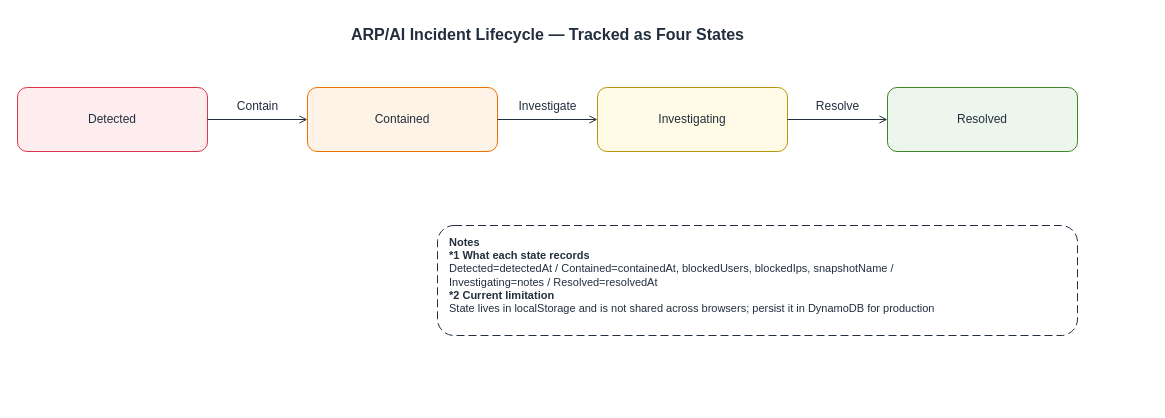
Yoshiki0705/FSx-for-ONTAP-S3AccessPoints-Serverless-Patterns keeps this draw.io diagram as docs/diagrams/part2-arp-incident-lifecycle-en.drawio. Above is the earlier version. Source tidied: cells renumbered, new cells numbered last; positions are measured from the earlier drawing's top-left corner, leaving out a move shared by most shapes. Both pictures are drawn from the tidied source at 100%, with x=0, y=0 at pixel (17, 17).
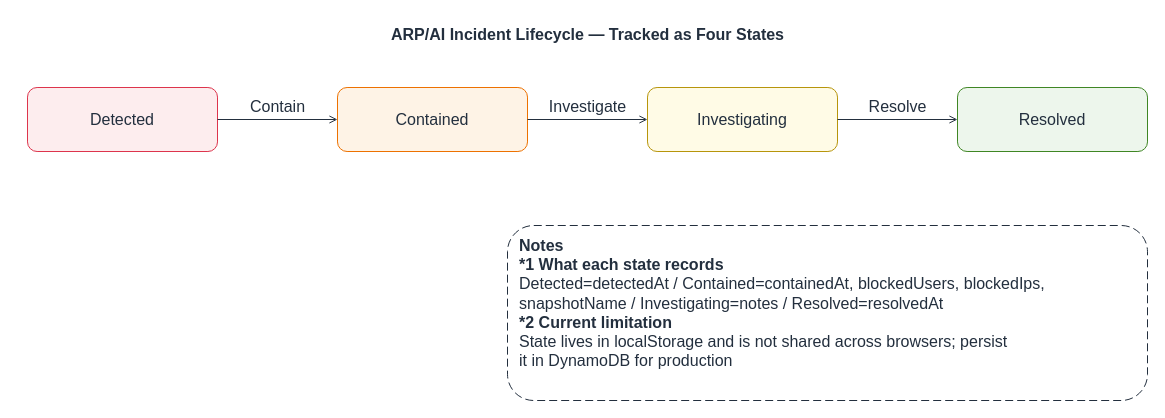
The same page after the edit.

The edit, as a diff of the source:
```diff
@@
 <mxGraphModel background="#FFFFFF">
   <root>
     <mxCell id="0" />
     <mxCell id="1" parent="0" />
     <mxCell id="2" value="ARP/AI Incident Lifecycle — Tracked as Four States" style="text;html=1;align=center;verticalAlign=middle;fontSize=16;fontStyle=1;fontColor=#232F3E;" parent="1" vertex="1">
-      <mxGeometry width="1060" height="34" as="geometry" />
+      <mxGeometry x="10" width="1120" height="34" as="geometry" />
     </mxCell>
-    <mxCell id="3" value="Detected" style="rounded=1;whiteSpace=wrap;html=1;dashed=0;strokeColor=#DD344C;fillColor=#FDEDEE;align=center;verticalAlign=middle;fontSize=12;fontColor=#232F3E;" parent="1" vertex="1">
-      <mxGeometry y="70" width="190" height="64" as="geometry" />
+    <mxCell id="3" value="Detected" style="rounded=1;whiteSpace=wrap;html=1;dashed=0;strokeColor=#DD344C;fillColor=#FDEDEE;align=center;verticalAlign=middle;fontSize=16;fontColor=#232F3E;" parent="1" vertex="1">
+      <mxGeometry x="10" y="70" width="190" height="64" as="geometry" />
     </mxCell>
-    <mxCell id="4" value="Contained" style="rounded=1;whiteSpace=wrap;html=1;dashed=0;strokeColor=#ED7100;fillColor=#FEF3E6;align=center;verticalAlign=middle;fontSize=12;fontColor=#232F3E;" parent="1" vertex="1">
-      <mxGeometry x="290" y="70" width="190" height="64" as="geometry" />
+    <mxCell id="4" value="Contained" style="rounded=1;whiteSpace=wrap;html=1;dashed=0;strokeColor=#ED7100;fillColor=#FEF3E6;align=center;verticalAlign=middle;fontSize=16;fontColor=#232F3E;" parent="1" vertex="1">
+      <mxGeometry x="320" y="70" width="190" height="64" as="geometry" />
     </mxCell>
-    <mxCell id="5" value="Investigating" style="rounded=1;whiteSpace=wrap;html=1;dashed=0;strokeColor=#B7950B;fillColor=#FFFBE6;align=center;verticalAlign=middle;fontSize=12;fontColor=#232F3E;" parent="1" vertex="1">
-      <mxGeometry x="580" y="70" width="190" height="64" as="geometry" />
+    <mxCell id="5" value="Investigating" style="rounded=1;whiteSpace=wrap;html=1;dashed=0;strokeColor=#B7950B;fillColor=#FFFBE6;align=center;verticalAlign=middle;fontSize=16;fontColor=#232F3E;" parent="1" vertex="1">
+      <mxGeometry x="630" y="70" width="190" height="64" as="geometry" />
     </mxCell>
-    <mxCell id="6" value="Resolved" style="rounded=1;whiteSpace=wrap;html=1;dashed=0;strokeColor=#3F8624;fillColor=#EDF6EC;align=center;verticalAlign=middle;fontSize=12;fontColor=#232F3E;" parent="1" vertex="1">
-      <mxGeometry x="870" y="70" width="190" height="64" as="geometry" />
+    <mxCell id="6" value="Resolved" style="rounded=1;whiteSpace=wrap;html=1;dashed=0;strokeColor=#3F8624;fillColor=#EDF6EC;align=center;verticalAlign=middle;fontSize=16;fontColor=#232F3E;" parent="1" vertex="1">
+      <mxGeometry x="940" y="70" width="190" height="64" as="geometry" />
     </mxCell>
-    <mxCell id="7" value="Contain" style="edgeStyle=orthogonalEdgeStyle;rounded=0;jettySize=auto;html=1;endArrow=open;endFill=0;strokeColor=#232F3E;strokeWidth=1;fontSize=12;fontColor=#232F3E;labelBackgroundColor=#ffffff;" parent="1" edge="1" source="3" target="4">
+    <mxCell id="7" value="Contain" style="edgeStyle=orthogonalEdgeStyle;rounded=0;jettySize=auto;html=1;endArrow=open;endFill=0;strokeColor=#232F3E;strokeWidth=1;fontSize=16;fontColor=#232F3E;labelBackgroundColor=#ffffff;" parent="1" edge="1" source="3" target="4">
       <mxGeometry relative="1" as="geometry">
         <mxPoint y="-13" as="offset" />
       </mxGeometry>
     </mxCell>
-    <mxCell id="8" value="Investigate" style="edgeStyle=orthogonalEdgeStyle;rounded=0;jettySize=auto;html=1;endArrow=open;endFill=0;strokeColor=#232F3E;strokeWidth=1;fontSize=12;fontColor=#232F3E;labelBackgroundColor=#ffffff;" parent="1" edge="1" source="4" target="5">
+    <mxCell id="8" value="Investigate" style="edgeStyle=orthogonalEdgeStyle;rounded=0;jettySize=auto;html=1;endArrow=open;endFill=0;strokeColor=#232F3E;strokeWidth=1;fontSize=16;fontColor=#232F3E;labelBackgroundColor=#ffffff;" parent="1" edge="1" source="4" target="5">
       <mxGeometry relative="1" as="geometry">
         <mxPoint y="-13" as="offset" />
       </mxGeometry>
     </mxCell>
-    <mxCell id="9" value="Resolve" style="edgeStyle=orthogonalEdgeStyle;rounded=0;jettySize=auto;html=1;endArrow=open;endFill=0;strokeColor=#232F3E;strokeWidth=1;fontSize=12;fontColor=#232F3E;labelBackgroundColor=#ffffff;" parent="1" edge="1" source="5" target="6">
+    <mxCell id="9" value="Resolve" style="edgeStyle=orthogonalEdgeStyle;rounded=0;jettySize=auto;html=1;endArrow=open;endFill=0;strokeColor=#232F3E;strokeWidth=1;fontSize=16;fontColor=#232F3E;labelBackgroundColor=#ffffff;" parent="1" edge="1" source="5" target="6">
       <mxGeometry relative="1" as="geometry">
         <mxPoint y="-13" as="offset" />
       </mxGeometry>
     </mxCell>
-    <mxCell id="10" value="&lt;b&gt;Notes&lt;/b&gt;&lt;br&gt;&lt;b&gt;*1 What each state records&lt;/b&gt;&lt;br&gt;Detected=detectedAt / Contained=containedAt, blockedUsers, blockedIps, snapshotName /&lt;br&gt;Investigating=notes / Resolved=resolvedAt&lt;br&gt;&lt;b&gt;*2 Current limitation&lt;/b&gt;&lt;br&gt;State lives in localStorage and is not shared across browsers; persist it in DynamoDB for production" style="rounded=1;whiteSpace=wrap;html=1;dashed=1;dashPattern=8 4;strokeColor=#232F3E;fillColor=#FFFFFF;align=left;verticalAlign=top;spacingLeft=10;spacingTop=4;fontSize=11;fontColor=#232F3E;" parent="1" vertex="1">
-      <mxGeometry x="420" y="208" width="640" height="110" as="geometry" />
+    <mxCell id="10" value="&lt;b&gt;Notes&lt;/b&gt;&lt;br&gt;&lt;b&gt;*1 What each state records&lt;/b&gt;&lt;br&gt;Detected=detectedAt / Contained=containedAt, blockedUsers, blockedIps,&lt;br&gt;snapshotName / Investigating=notes / Resolved=resolvedAt&lt;br&gt;&lt;b&gt;*2 Current limitation&lt;/b&gt;&lt;br&gt;State lives in localStorage and is not shared across browsers; persist&lt;br&gt;it in DynamoDB for production" style="rounded=1;whiteSpace=wrap;html=1;dashed=1;dashPattern=8 4;strokeColor=#232F3E;fillColor=#FFFFFF;align=left;verticalAlign=top;spacingLeft=10;spacingTop=4;fontSize=16;fontColor=#232F3E;" parent="1" vertex="1">
+      <mxGeometry x="490" y="208" width="640" height="175" as="geometry" />
     </mxCell>
   </root>
 </mxGraphModel>
```
